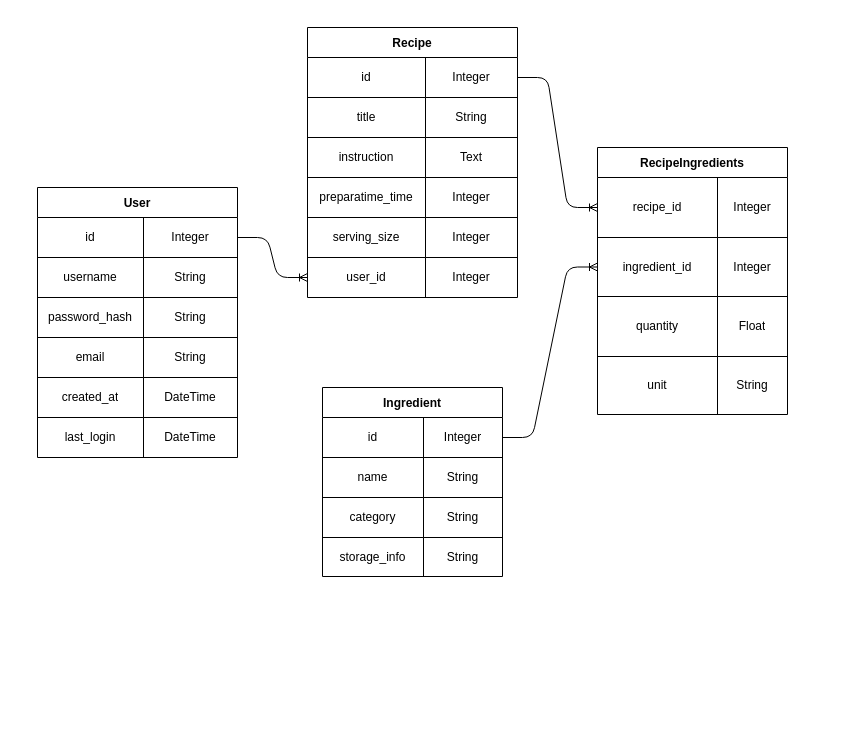
Earlier version of the draw.io diagram planning/database-schema.drawio (christopherthai/chefmate-ai). Source tidied: cells renumbered, new cells numbered last; positions are measured from the earlier drawing's top-left corner, leaving out a move shared by most shapes. Both pictures are drawn from the tidied source at 100%, with x=0, y=0 at pixel (37, 27).
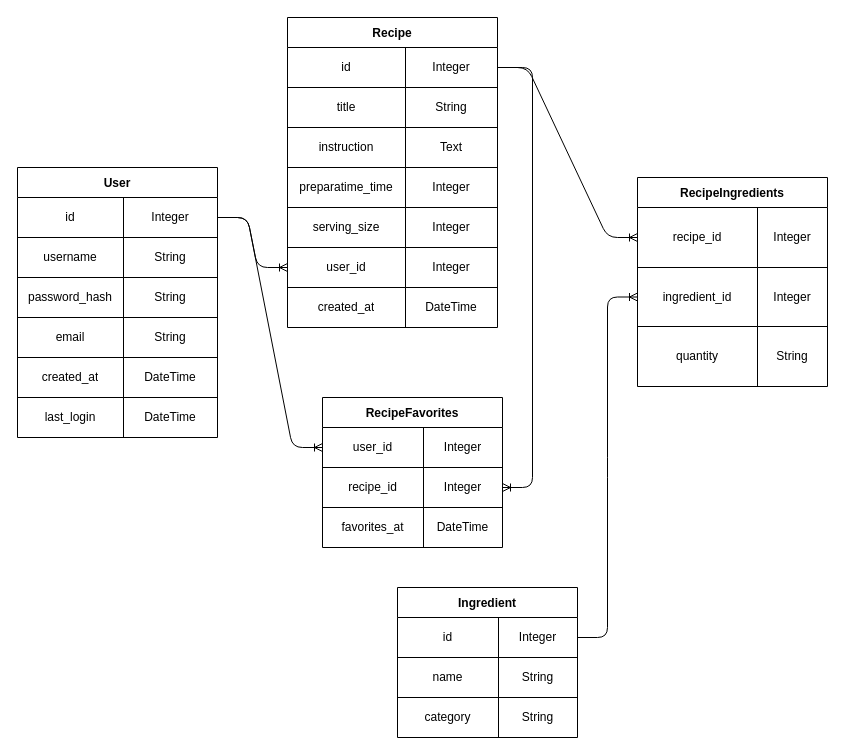
Above is the later version.

The change refers to these unchanged cells:
```xml
<mxCell id="3" style="shape=tableRow;horizontal=0;startSize=0;swimlaneHead=0;swimlaneBody=0;top=0;left=0;bottom=0;right=0;fillColor=none;points=[[0,0.5],[1,0.5]];portConstraint=eastwest;" parent="2" vertex="1">
  <mxGeometry y="30" width="200" height="40" as="geometry" />
</mxCell>
<mxCell id="28" style="shape=tableRow;horizontal=0;startSize=0;swimlaneHead=0;swimlaneBody=0;top=0;left=0;bottom=0;right=0;fillColor=none;" parent="21" vertex="1">
  <mxGeometry y="149" width="190" height="60" as="geometry" />
</mxCell>
<mxCell id="48" style="shape=tableRow;horizontal=0;startSize=0;swimlaneHead=0;swimlaneBody=0;top=0;left=0;bottom=0;right=0;fillColor=none;points=[[0,0.5],[1,0.5]];portConstraint=eastwest;" parent="47" vertex="1">
  <mxGeometry y="30" width="210" height="40" as="geometry" />
</mxCell>
```

The edit, as a diff of the source:
```diff
@@
     <mxCell id="2" value="User" style="shape=table;startSize=30;childLayout=tableLayout;fontStyle=1;align=center;" parent="1" vertex="1">
-      <mxGeometry y="160" width="200" height="270" as="geometry" />
+      <mxGeometry x="-20" y="140" width="200" height="270" as="geometry" />
     </mxCell>
@@
     <mxCell id="21" value="RecipeIngredients" style="shape=table;startSize=30;childLayout=tableLayout;fontStyle=1;align=center;" parent="1" vertex="1">
-      <mxGeometry x="560" y="120" width="190" height="267" as="geometry" />
+      <mxGeometry x="600" y="150" width="190" height="209" as="geometry" />
     </mxCell>
@@
-    <mxCell id="30" value="Float" style="shape=partialRectangle;html=1;whiteSpace=wrap;fillColor=none;top=0;left=0;bottom=0;right=0;overflow=hidden;" parent="28" vertex="1">
+    <mxCell id="30" value="String" style="shape=partialRectangle;html=1;whiteSpace=wrap;fillColor=none;top=0;left=0;bottom=0;right=0;overflow=hidden;" parent="28" vertex="1">
       <mxGeometry x="120" width="70" height="60" as="geometry" />
     </mxCell>
-    <mxCell id="31" style="shape=tableRow;horizontal=0;startSize=0;swimlaneHead=0;swimlaneBody=0;top=0;left=0;bottom=0;right=0;fillColor=none;" parent="21" vertex="1">
-      <mxGeometry y="209" width="190" height="58" as="geometry" />
-    </mxCell>
-    <mxCell id="32" value="unit" style="shape=partialRectangle;html=1;whiteSpace=wrap;fillColor=none;top=0;left=0;bottom=0;right=0;overflow=hidden;" parent="31" vertex="1">
-      <mxGeometry width="120" height="58" as="geometry" />
-    </mxCell>
-    <mxCell id="33" value="String" style="shape=partialRectangle;html=1;whiteSpace=wrap;fillColor=none;top=0;left=0;bottom=0;right=0;overflow=hidden;" parent="31" vertex="1">
-      <mxGeometry x="120" width="70" height="58" as="geometry" />
-    </mxCell>
     <mxCell id="34" value="Ingredient" style="shape=table;startSize=30;childLayout=tableLayout;fontStyle=1;align=center;" parent="1" vertex="1">
-      <mxGeometry x="285" y="360" width="180" height="189" as="geometry" />
+      <mxGeometry x="360" y="560" width="180" height="150" as="geometry" />
     </mxCell>
@@
-    <mxCell id="44" style="shape=tableRow;horizontal=0;startSize=0;swimlaneHead=0;swimlaneBody=0;top=0;left=0;bottom=0;right=0;fillColor=none;" parent="34" vertex="1">
-      <mxGeometry y="150" width="180" height="39" as="geometry" />
-    </mxCell>
-    <mxCell id="45" value="storage_info" style="shape=partialRectangle;html=1;whiteSpace=wrap;fillColor=none;top=0;left=0;bottom=0;right=0;overflow=hidden;" parent="44" vertex="1">
-      <mxGeometry width="101" height="39" as="geometry" />
-    </mxCell>
-    <mxCell id="46" value="String" style="shape=partialRectangle;html=1;whiteSpace=wrap;fillColor=none;top=0;left=0;bottom=0;right=0;overflow=hidden;" parent="44" vertex="1">
-      <mxGeometry x="101" width="79" height="39" as="geometry" />
-    </mxCell>
     <mxCell id="47" value="Recipe" style="shape=table;startSize=30;childLayout=tableLayout;fontStyle=1;align=center;" parent="1" vertex="1">
-      <mxGeometry x="270" width="210" height="270" as="geometry" />
+      <mxGeometry x="250" y="-10" width="210" height="310" as="geometry" />
     </mxCell>
@@
+    <mxCell id="69" style="shape=tableRow;horizontal=0;startSize=0;swimlaneHead=0;swimlaneBody=0;top=0;left=0;bottom=0;right=0;fillColor=none;" parent="47" vertex="1">
+      <mxGeometry y="270" width="210" height="40" as="geometry" />
+    </mxCell>
+    <mxCell id="70" value="created_at" style="shape=partialRectangle;html=1;whiteSpace=wrap;fillColor=none;top=0;left=0;bottom=0;right=0;overflow=hidden;" parent="69" vertex="1">
+      <mxGeometry width="118" height="40" as="geometry" />
+    </mxCell>
+    <mxCell id="71" value="DateTime" style="shape=partialRectangle;html=1;whiteSpace=wrap;fillColor=none;top=0;left=0;bottom=0;right=0;overflow=hidden;" parent="69" vertex="1">
+      <mxGeometry x="118" width="92" height="40" as="geometry" />
+    </mxCell>
@@
+    <mxCell id="72" value="RecipeFavorites" style="shape=table;startSize=30;childLayout=tableLayout;fontStyle=1;align=center;" parent="1" vertex="1">
+      <mxGeometry x="285" y="370" width="180" height="150" as="geometry" />
+    </mxCell>
+    <mxCell id="73" style="shape=tableRow;horizontal=0;startSize=0;swimlaneHead=0;swimlaneBody=0;top=0;left=0;bottom=0;right=0;fillColor=none;points=[[0,0.5],[1,0.5]];portConstraint=eastwest;" parent="72" vertex="1">
+      <mxGeometry y="30" width="180" height="40" as="geometry" />
+    </mxCell>
+    <mxCell id="74" value="user_id" style="shape=partialRectangle;html=1;whiteSpace=wrap;fillColor=none;top=0;left=0;bottom=0;right=0;overflow=hidden;" parent="73" vertex="1">
+      <mxGeometry width="101" height="40" as="geometry" />
+    </mxCell>
+    <mxCell id="75" value="Integer" style="shape=partialRectangle;html=1;whiteSpace=wrap;fillColor=none;top=0;left=0;bottom=0;right=0;overflow=hidden;" parent="73" vertex="1">
+      <mxGeometry x="101" width="79" height="40" as="geometry" />
+    </mxCell>
+    <mxCell id="76" style="shape=tableRow;horizontal=0;startSize=0;swimlaneHead=0;swimlaneBody=0;top=0;left=0;bottom=0;right=0;fillColor=none;points=[[0,0.5],[1,0.5]];portConstraint=eastwest;" parent="72" vertex="1">
+      <mxGeometry y="70" width="180" height="40" as="geometry" />
+    </mxCell>
+    <mxCell id="77" value="recipe_id" style="shape=partialRectangle;html=1;whiteSpace=wrap;fillColor=none;top=0;left=0;bottom=0;right=0;overflow=hidden;" parent="76" vertex="1">
+      <mxGeometry width="101" height="40" as="geometry" />
+    </mxCell>
+    <mxCell id="78" value="Integer" style="shape=partialRectangle;html=1;whiteSpace=wrap;fillColor=none;top=0;left=0;bottom=0;right=0;overflow=hidden;" parent="76" vertex="1">
+      <mxGeometry x="101" width="79" height="40" as="geometry" />
+    </mxCell>
+    <mxCell id="79" style="shape=tableRow;horizontal=0;startSize=0;swimlaneHead=0;swimlaneBody=0;top=0;left=0;bottom=0;right=0;fillColor=none;" parent="72" vertex="1">
+      <mxGeometry y="110" width="180" height="40" as="geometry" />
+    </mxCell>
+    <mxCell id="80" value="favorites_at" style="shape=partialRectangle;html=1;whiteSpace=wrap;fillColor=none;top=0;left=0;bottom=0;right=0;overflow=hidden;" parent="79" vertex="1">
+      <mxGeometry width="101" height="40" as="geometry" />
+    </mxCell>
+    <mxCell id="81" value="DateTime" style="shape=partialRectangle;html=1;whiteSpace=wrap;fillColor=none;top=0;left=0;bottom=0;right=0;overflow=hidden;" parent="79" vertex="1">
+      <mxGeometry x="101" width="79" height="40" as="geometry" />
+    </mxCell>
+    <mxCell id="82" style="edgeStyle=entityRelationEdgeStyle;fontSize=12;html=1;endArrow=ERoneToMany;exitX=1;exitY=0.5;exitDx=0;exitDy=0;entryX=0;entryY=0.5;entryDx=0;entryDy=0;" parent="1" edge="1" source="3" target="73">
+      <mxGeometry relative="1" as="geometry" />
+    </mxCell>
+    <mxCell id="83" style="edgeStyle=entityRelationEdgeStyle;fontSize=12;html=1;endArrow=ERoneToMany;exitX=1;exitY=0.5;exitDx=0;exitDy=0;" parent="1" edge="1" source="48" target="76">
+      <mxGeometry relative="1" as="geometry" />
+    </mxCell>
```
